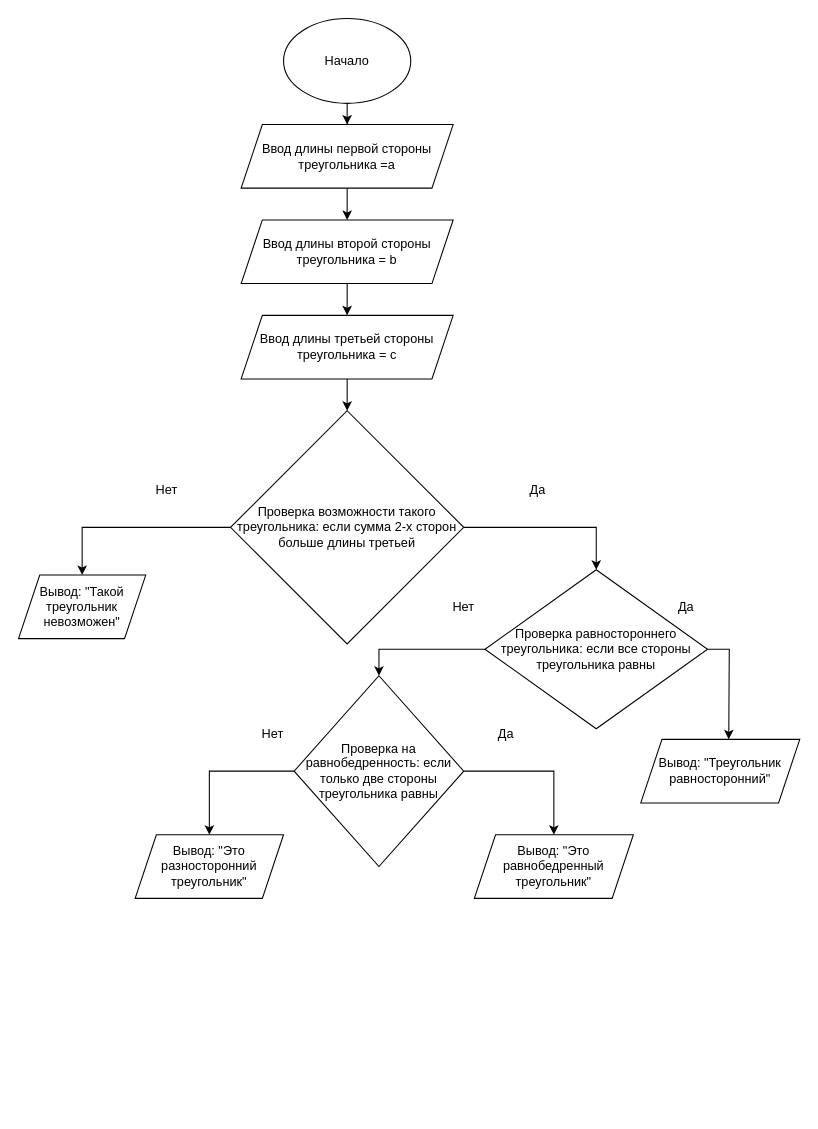
Before: Task_6.drawio in Chromatograp/Lesson-1-Algorithms, a draw.io diagram. Source tidied: cells renumbered, new cells numbered last; positions are measured from the earlier drawing's top-left corner, leaving out a move shared by most shapes. Both pictures are drawn from the tidied source at 106%, with x=0, y=0 at pixel (18, 18).
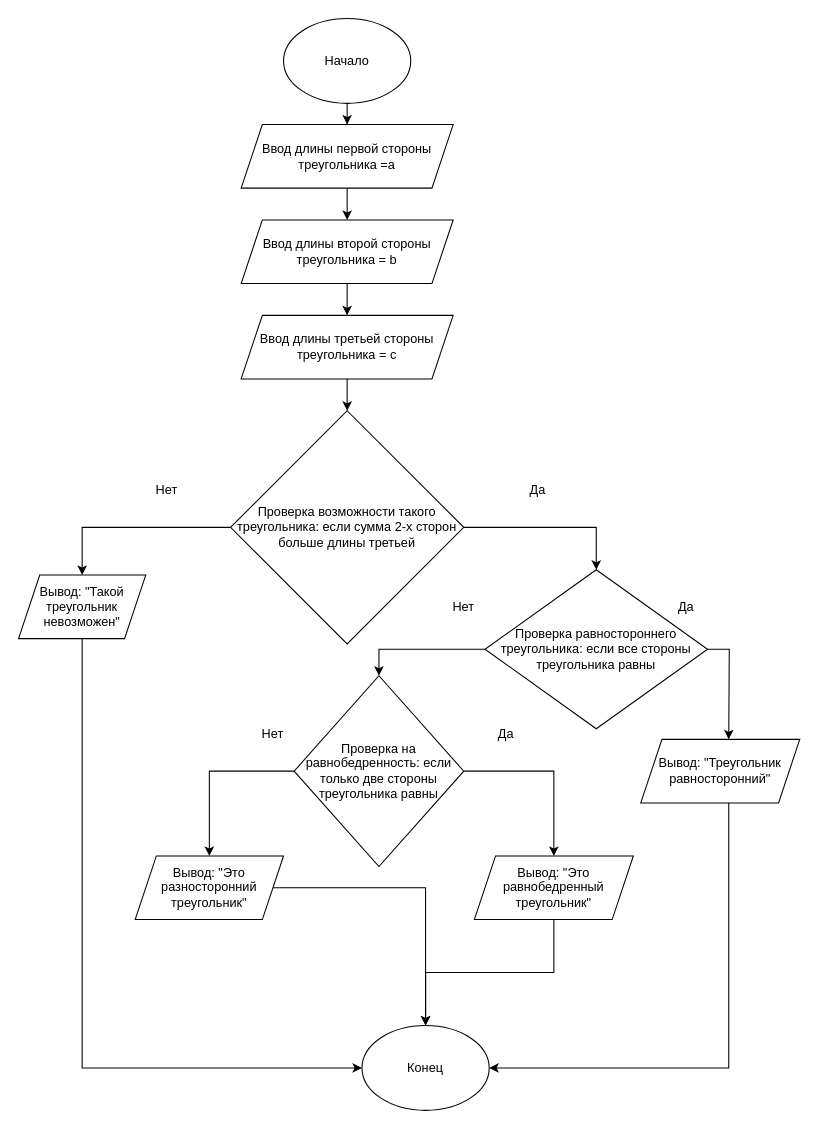
After the change.

Unchanged cells that the change refers to:
```xml
<mxCell id="15" value="Вывод: &quot;Такой треугольник невозможен&quot;" style="shape=parallelogram;perimeter=parallelogramPerimeter;whiteSpace=wrap;html=1;fixedSize=1;" parent="1" vertex="1">
  <mxGeometry y="525" width="120" height="60" as="geometry" />
</mxCell>
<mxCell id="21" value="Вывод: &quot;Треугольник равносторонний&quot; " style="shape=parallelogram;perimeter=parallelogramPerimeter;whiteSpace=wrap;html=1;fixedSize=1;" parent="1" vertex="1">
  <mxGeometry x="587" y="680" width="150" height="60" as="geometry" />
</mxCell>
```

What changed in the source:
```diff
@@
+    <mxCell id="29" style="edgeStyle=orthogonalEdgeStyle;rounded=0;jettySize=auto;html=1;" parent="1" edge="1" source="15" target="33">
+      <mxGeometry relative="1" as="geometry">
+        <Array as="points">
+          <mxPoint x="60" y="990" />
+        </Array>
+      </mxGeometry>
+    </mxCell>
@@
+    <mxCell id="30" style="edgeStyle=orthogonalEdgeStyle;rounded=0;jettySize=auto;html=1;entryX=1;entryY=0.5;entryDx=0;entryDy=0;" parent="1" edge="1" source="21" target="33">
+      <mxGeometry relative="1" as="geometry">
+        <Array as="points">
+          <mxPoint x="670" y="990" />
+        </Array>
+      </mxGeometry>
+    </mxCell>
@@
+    <mxCell id="31" style="edgeStyle=orthogonalEdgeStyle;rounded=0;jettySize=auto;html=1;entryX=0.5;entryY=0;entryDx=0;entryDy=0;" parent="1" edge="1" source="27" target="33">
+      <mxGeometry relative="1" as="geometry" />
+    </mxCell>
     <mxCell id="27" value="Вывод: &quot;Это равнобедренный треугольник&quot;" style="shape=parallelogram;perimeter=parallelogramPerimeter;whiteSpace=wrap;html=1;fixedSize=1;" parent="1" vertex="1">
-      <mxGeometry x="430" y="770" width="150" height="60" as="geometry" />
+      <mxGeometry x="430" y="790" width="150" height="60" as="geometry" />
     </mxCell>
+    <mxCell id="32" style="edgeStyle=orthogonalEdgeStyle;rounded=0;jettySize=auto;html=1;" parent="1" edge="1" source="28" target="33">
+      <mxGeometry relative="1" as="geometry" />
+    </mxCell>
     <mxCell id="28" value="Вывод: &quot;Это разносторонний треугольник&quot;" style="shape=parallelogram;perimeter=parallelogramPerimeter;whiteSpace=wrap;html=1;fixedSize=1;" parent="1" vertex="1">
-      <mxGeometry x="110" y="770" width="140" height="60" as="geometry" />
+      <mxGeometry x="110" y="790" width="140" height="60" as="geometry" />
     </mxCell>
+    <mxCell id="33" value="Конец" style="ellipse;whiteSpace=wrap;html=1;" parent="1" vertex="1">
+      <mxGeometry x="324" y="950" width="120" height="80" as="geometry" />
+    </mxCell>
```
